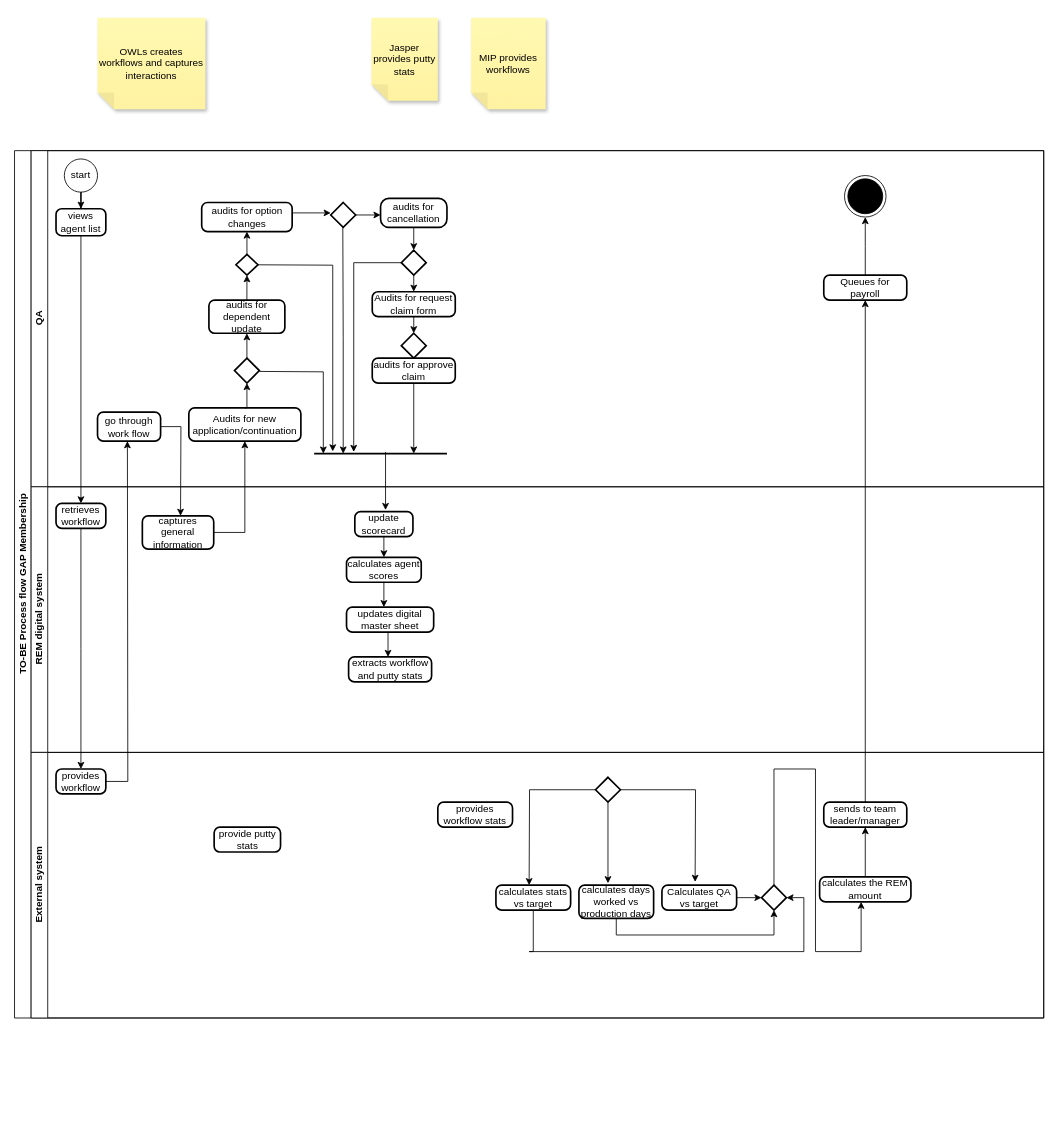
Earlier version of the draw.io diagram GAPmembership.drawio (TJ-Kwetsane1993/Thato). Source tidied: cells renumbered, new cells numbered last; positions are measured from the earlier drawing's top-left corner, leaving out a move shared by most shapes. Both pictures are drawn from the tidied source at 83%, with x=0, y=0 at pixel (14, 17).
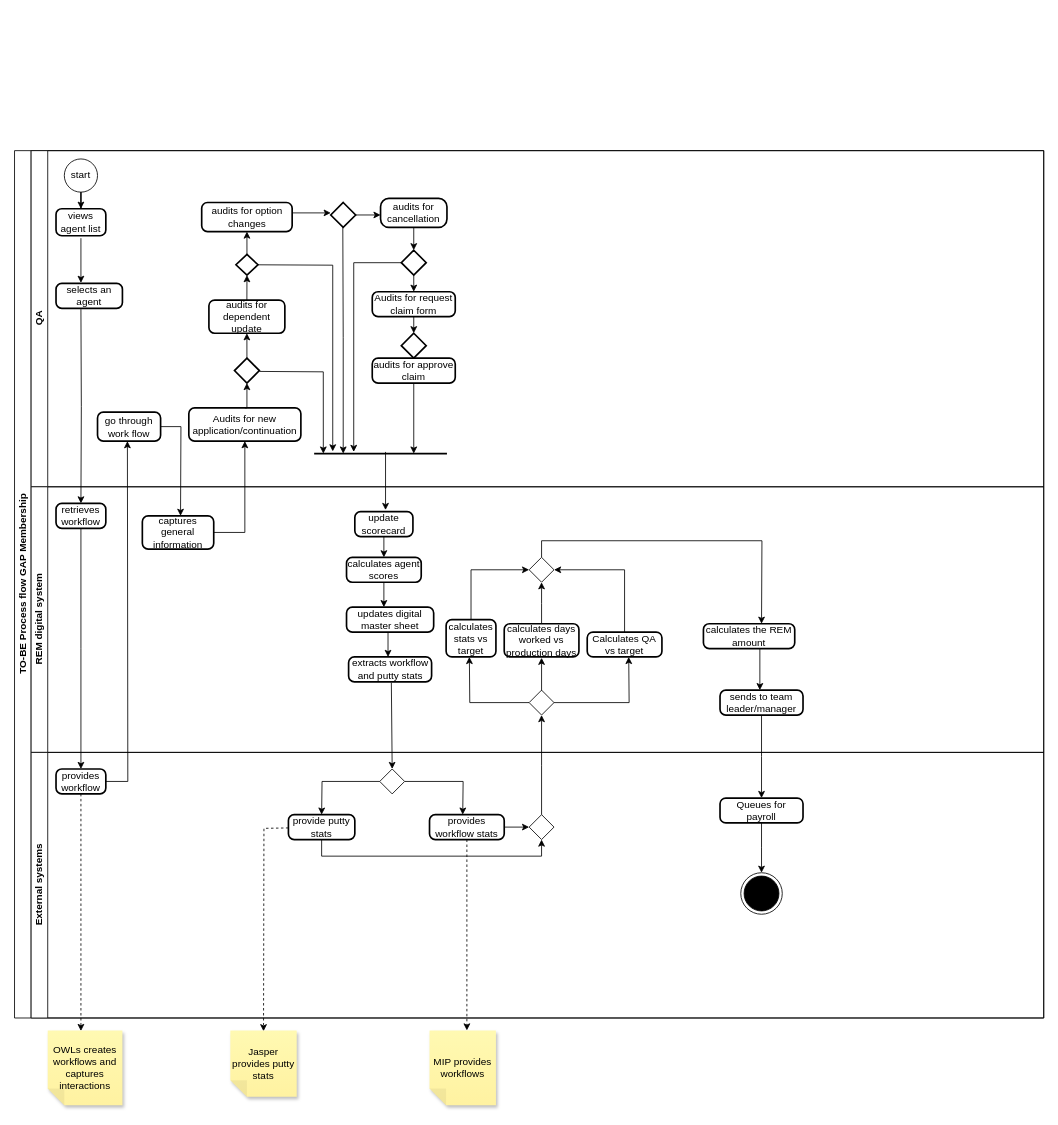
The same diagram, later.

The change refers to these unchanged cells:
```xml
<mxCell id="2" value="TO-BE Process flow GAP Membership" style="swimlane;html=1;horizontal=0;startSize=20;" parent="1" vertex="1">
  <mxGeometry y="160" width="1240" height="1045" as="geometry" />
</mxCell>
<mxCell id="3" value="QA" style="swimlane;html=1;startSize=20;horizontal=0;" parent="2" vertex="1">
  <mxGeometry x="20" width="1220" height="405" as="geometry" />
</mxCell>
<mxCell id="10" value="views agent list" style="rounded=1;whiteSpace=wrap;html=1;absoluteArcSize=1;arcSize=14;strokeWidth=2;" parent="3" vertex="1">
  <mxGeometry x="30" y="70" width="60" height="32.5" as="geometry" />
</mxCell>
<mxCell id="40" value="REM digital system" style="swimlane;html=1;startSize=20;horizontal=0;" parent="2" vertex="1">
  <mxGeometry x="20" y="405" width="1220" height="320" as="geometry" />
</mxCell>
<mxCell id="42" value="retrieves workflow" style="rounded=1;whiteSpace=wrap;html=1;absoluteArcSize=1;arcSize=14;strokeWidth=2;" parent="40" vertex="1">
  <mxGeometry x="30" y="20" width="60" height="30" as="geometry" />
</mxCell>
<mxCell id="67" value="provides workflow" style="rounded=1;whiteSpace=wrap;html=1;absoluteArcSize=1;arcSize=14;strokeWidth=2;" parent="51" vertex="1">
  <mxGeometry x="30" y="20" width="60" height="30" as="geometry" />
</mxCell>
```

The edit, as a diff of the source:
```diff
@@
-    <mxCell id="6" style="edgeStyle=orthogonalEdgeStyle;rounded=0;jettySize=auto;html=1;exitX=0.5;exitY=0;exitDx=0;exitDy=0;" parent="3" edge="1" source="7">
-      <mxGeometry relative="1" as="geometry">
-        <mxPoint x="1005" y="80" as="targetPoint" />
-      </mxGeometry>
-    </mxCell>
-    <mxCell id="7" value="Queues for payroll" style="rounded=1;whiteSpace=wrap;html=1;absoluteArcSize=1;arcSize=14;strokeWidth=2;" parent="3" vertex="1">
-      <mxGeometry x="955" y="150" width="100" height="30" as="geometry" />
-    </mxCell>
-    <mxCell id="8" style="ellipse;html=1;shape=endState;fillColor=strokeColor;" parent="3" vertex="1">
-      <mxGeometry x="980" y="30" width="50" height="50" as="geometry" />
-    </mxCell>
@@
+    <mxCell id="77" value="selects an agent" style="rounded=1;whiteSpace=wrap;html=1;absoluteArcSize=1;arcSize=14;strokeWidth=2;" parent="3" vertex="1">
+      <mxGeometry x="30" y="160" width="80" height="30" as="geometry" />
+    </mxCell>
+    <mxCell id="78" style="edgeStyle=orthogonalEdgeStyle;rounded=0;orthogonalLoop=1;jettySize=auto;html=1;exitX=0.5;exitY=1;exitDx=0;exitDy=0;entryX=0.375;entryY=-0.122;entryDx=0;entryDy=0;entryPerimeter=0;" parent="3" edge="1">
+      <mxGeometry relative="1" as="geometry">
+        <mxPoint x="60" y="105.5" as="sourcePoint" />
+        <mxPoint x="60" y="159.3" as="targetPoint" />
+        <Array as="points">
+          <mxPoint x="60" y="153" />
+          <mxPoint x="60" y="153" />
+        </Array>
+      </mxGeometry>
+    </mxCell>
@@
+    <mxCell id="79" style="edgeStyle=orthogonalEdgeStyle;rounded=0;jettySize=auto;html=1;exitX=0.5;exitY=0;exitDx=0;exitDy=0;entryX=1;entryY=0.5;entryDx=0;entryDy=0;" parent="40" edge="1" source="59" target="86">
+      <mxGeometry relative="1" as="geometry" />
+    </mxCell>
+    <mxCell id="59" value="Calculates QA vs target" style="rounded=1;whiteSpace=wrap;html=1;absoluteArcSize=1;arcSize=14;strokeWidth=2;" parent="40" vertex="1">
+      <mxGeometry x="670" y="175" width="90" height="30" as="geometry" />
+    </mxCell>
+    <mxCell id="80" style="edgeStyle=orthogonalEdgeStyle;rounded=0;jettySize=auto;html=1;exitX=0.5;exitY=0;exitDx=0;exitDy=0;" parent="40" edge="1" source="57">
+      <mxGeometry relative="1" as="geometry">
+        <mxPoint x="615" y="115" as="targetPoint" />
+      </mxGeometry>
+    </mxCell>
+    <mxCell id="57" value="calculates days worked vs production days" style="rounded=1;whiteSpace=wrap;html=1;absoluteArcSize=1;arcSize=14;strokeWidth=2;" parent="40" vertex="1">
+      <mxGeometry x="570" y="165" width="90" height="40" as="geometry" />
+    </mxCell>
+    <mxCell id="81" style="edgeStyle=orthogonalEdgeStyle;rounded=0;jettySize=auto;html=1;exitX=0;exitY=0.5;exitDx=0;exitDy=0;" parent="40" edge="1" source="84">
+      <mxGeometry relative="1" as="geometry">
+        <mxPoint x="528" y="205" as="targetPoint" />
+      </mxGeometry>
+    </mxCell>
+    <mxCell id="56" value="calculates stats vs target" style="rounded=1;whiteSpace=wrap;html=1;absoluteArcSize=1;arcSize=14;strokeWidth=2;" parent="81" vertex="1">
+      <mxGeometry x="500" y="160" width="60" height="45" as="geometry" />
+    </mxCell>
+    <mxCell id="82" style="edgeStyle=orthogonalEdgeStyle;rounded=0;orthogonalLoop=1;jettySize=auto;html=1;exitX=0.5;exitY=0;exitDx=0;exitDy=0;" parent="40" edge="1">
+      <mxGeometry relative="1" as="geometry">
+        <mxPoint x="615" y="256" as="sourcePoint" />
+        <mxPoint x="615" y="206" as="targetPoint" />
+      </mxGeometry>
+    </mxCell>
+    <mxCell id="83" style="edgeStyle=orthogonalEdgeStyle;rounded=0;jettySize=auto;html=1;exitX=1;exitY=0.5;exitDx=0;exitDy=0;" parent="40" edge="1" source="84">
+      <mxGeometry relative="1" as="geometry">
+        <mxPoint x="720" y="205" as="targetPoint" />
+      </mxGeometry>
+    </mxCell>
+    <mxCell id="84" style="rhombus;whiteSpace=wrap;html=1;" parent="40" vertex="1">
+      <mxGeometry x="600" y="245" width="30" height="30" as="geometry" />
+    </mxCell>
+    <mxCell id="85" style="edgeStyle=orthogonalEdgeStyle;rounded=0;jettySize=auto;html=1;exitX=0.5;exitY=0;exitDx=0;exitDy=0;" parent="40" edge="1" source="86">
+      <mxGeometry relative="1" as="geometry">
+        <mxPoint x="880" y="165" as="targetPoint" />
+      </mxGeometry>
+    </mxCell>
+    <mxCell id="86" style="rhombus;whiteSpace=wrap;html=1;" parent="40" vertex="1">
+      <mxGeometry x="600" y="85" width="30" height="30" as="geometry" />
+    </mxCell>
+    <mxCell id="87" style="edgeStyle=orthogonalEdgeStyle;rounded=0;jettySize=auto;html=1;exitX=0.5;exitY=0;exitDx=0;exitDy=0;entryX=0;entryY=0.5;entryDx=0;entryDy=0;" parent="40" edge="1" source="56" target="86">
+      <mxGeometry relative="1" as="geometry" />
+    </mxCell>
+    <mxCell id="88" style="edgeStyle=orthogonalEdgeStyle;rounded=0;orthogonalLoop=1;jettySize=auto;html=1;exitX=0.5;exitY=1;exitDx=0;exitDy=0;" parent="40" edge="1">
+      <mxGeometry relative="1" as="geometry">
+        <mxPoint x="878" y="195" as="sourcePoint" />
+        <mxPoint x="878" y="245" as="targetPoint" />
+      </mxGeometry>
+    </mxCell>
+    <mxCell id="63" value="calculates the REM amount" style="rounded=1;whiteSpace=wrap;html=1;absoluteArcSize=1;arcSize=14;strokeWidth=2;" parent="40" vertex="1">
+      <mxGeometry x="810" y="165" width="110" height="30" as="geometry" />
+    </mxCell>
+    <mxCell id="89" style="edgeStyle=orthogonalEdgeStyle;rounded=0;jettySize=auto;html=1;exitX=0.5;exitY=1;exitDx=0;exitDy=0;" parent="40" edge="1" source="65">
+      <mxGeometry relative="1" as="geometry">
+        <mxPoint x="880" y="375" as="targetPoint" />
+      </mxGeometry>
+    </mxCell>
+    <mxCell id="65" value="sends to team leader/manager" style="rounded=1;whiteSpace=wrap;html=1;absoluteArcSize=1;arcSize=14;strokeWidth=2;" parent="40" vertex="1">
+      <mxGeometry x="830" y="245" width="100" height="30" as="geometry" />
+    </mxCell>
-    <mxCell id="51" value="External system" style="swimlane;html=1;startSize=20;horizontal=0;" parent="2" vertex="1">
+    <mxCell id="51" value="External systems" style="swimlane;html=1;startSize=20;horizontal=0;" parent="2" vertex="1">
       <mxGeometry x="20" y="725" width="1220" height="320" as="geometry" />
     </mxCell>
-    <mxCell id="52" style="edgeStyle=orthogonalEdgeStyle;rounded=0;jettySize=auto;html=1;exitX=1;exitY=0.5;exitDx=0;exitDy=0;exitPerimeter=0;" parent="51" edge="1" source="54">
-      <mxGeometry relative="1" as="geometry">
-        <mxPoint x="800" y="156" as="targetPoint" />
-      </mxGeometry>
-    </mxCell>
-    <mxCell id="53" style="edgeStyle=orthogonalEdgeStyle;rounded=0;jettySize=auto;html=1;exitX=0;exitY=0.5;exitDx=0;exitDy=0;exitPerimeter=0;" parent="51" edge="1" source="54">
-      <mxGeometry relative="1" as="geometry">
-        <mxPoint x="600" y="160" as="targetPoint" />
-      </mxGeometry>
-    </mxCell>
-    <mxCell id="54" style="strokeWidth=2;html=1;shape=mxgraph.flowchart.decision;whiteSpace=wrap;" parent="51" vertex="1">
-      <mxGeometry x="680" y="30" width="30" height="30" as="geometry" />
-    </mxCell>
-    <mxCell id="55" style="edgeStyle=orthogonalEdgeStyle;rounded=0;jettySize=auto;html=1;exitX=0.5;exitY=1;exitDx=0;exitDy=0;entryX=1;entryY=0.5;entryDx=0;entryDy=0;entryPerimeter=0;" parent="51" edge="1" source="56" target="60">
-      <mxGeometry relative="1" as="geometry">
-        <Array as="points">
-          <mxPoint x="600" y="240" />
-          <mxPoint x="931" y="240" />
-          <mxPoint x="931" y="55" />
-        </Array>
-      </mxGeometry>
-    </mxCell>
-    <mxCell id="56" value="calculates stats vs target" style="rounded=1;whiteSpace=wrap;html=1;absoluteArcSize=1;arcSize=14;strokeWidth=2;" parent="51" vertex="1">
-      <mxGeometry x="560" y="160" width="90" height="30" as="geometry" />
-    </mxCell>
-    <mxCell id="57" value="calculates days worked vs production days" style="rounded=1;whiteSpace=wrap;html=1;absoluteArcSize=1;arcSize=14;strokeWidth=2;" parent="51" vertex="1">
-      <mxGeometry x="660" y="160" width="90" height="40" as="geometry" />
-    </mxCell>
-    <mxCell id="58" style="edgeStyle=orthogonalEdgeStyle;rounded=0;jettySize=auto;html=1;exitX=0.5;exitY=1;exitDx=0;exitDy=0;exitPerimeter=0;entryX=0.389;entryY=-0.058;entryDx=0;entryDy=0;entryPerimeter=0;" parent="51" edge="1" source="54" target="57">
-      <mxGeometry relative="1" as="geometry" />
-    </mxCell>
-    <mxCell id="59" value="Calculates QA vs target" style="rounded=1;whiteSpace=wrap;html=1;absoluteArcSize=1;arcSize=14;strokeWidth=2;" parent="51" vertex="1">
-      <mxGeometry x="760" y="160" width="90" height="30" as="geometry" />
-    </mxCell>
-    <mxCell id="60" style="strokeWidth=2;html=1;shape=mxgraph.flowchart.decision;whiteSpace=wrap;" parent="51" vertex="1">
-      <mxGeometry x="880" y="160" width="30" height="30" as="geometry" />
-    </mxCell>
-    <mxCell id="61" style="edgeStyle=orthogonalEdgeStyle;rounded=0;jettySize=auto;html=1;exitX=0.5;exitY=1;exitDx=0;exitDy=0;entryX=0.5;entryY=1;entryDx=0;entryDy=0;entryPerimeter=0;" parent="51" edge="1" source="57" target="60">
-      <mxGeometry relative="1" as="geometry" />
-    </mxCell>
-    <mxCell id="62" style="edgeStyle=orthogonalEdgeStyle;rounded=0;jettySize=auto;html=1;exitX=1;exitY=0.5;exitDx=0;exitDy=0;entryX=0;entryY=0.5;entryDx=0;entryDy=0;entryPerimeter=0;" parent="51" edge="1" source="59" target="60">
-      <mxGeometry relative="1" as="geometry" />
-    </mxCell>
-    <mxCell id="63" value="calculates the REM amount" style="rounded=1;whiteSpace=wrap;html=1;absoluteArcSize=1;arcSize=14;strokeWidth=2;" parent="51" vertex="1">
-      <mxGeometry x="950" y="150" width="110" height="30" as="geometry" />
-    </mxCell>
-    <mxCell id="64" style="edgeStyle=orthogonalEdgeStyle;rounded=0;jettySize=auto;html=1;exitX=0.5;exitY=0;exitDx=0;exitDy=0;exitPerimeter=0;" parent="51" edge="1" source="60" target="63">
-      <mxGeometry relative="1" as="geometry">
-        <Array as="points">
-          <mxPoint x="895" y="20" />
-          <mxPoint x="945" y="20" />
-          <mxPoint x="945" y="240" />
-          <mxPoint x="1000" y="240" />
-        </Array>
-      </mxGeometry>
-    </mxCell>
-    <mxCell id="65" value="sends to team leader/manager" style="rounded=1;whiteSpace=wrap;html=1;absoluteArcSize=1;arcSize=14;strokeWidth=2;" parent="51" vertex="1">
-      <mxGeometry x="955" y="60" width="100" height="30" as="geometry" />
-    </mxCell>
-    <mxCell id="66" style="edgeStyle=orthogonalEdgeStyle;rounded=0;jettySize=auto;html=1;exitX=0.5;exitY=0;exitDx=0;exitDy=0;" parent="51" edge="1" source="63" target="65">
-      <mxGeometry relative="1" as="geometry" />
-    </mxCell>
+    <mxCell id="90" style="edgeStyle=orthogonalEdgeStyle;rounded=0;jettySize=auto;html=1;exitX=0.5;exitY=1;exitDx=0;exitDy=0;dashed=1;" parent="51" edge="1" source="67">
+      <mxGeometry relative="1" as="geometry">
+        <mxPoint x="60" y="335.7" as="targetPoint" />
+      </mxGeometry>
+    </mxCell>
@@
+    <mxCell id="91" style="edgeStyle=orthogonalEdgeStyle;rounded=0;jettySize=auto;html=1;exitX=1;exitY=0.5;exitDx=0;exitDy=0;" parent="51" edge="1" source="68">
+      <mxGeometry relative="1" as="geometry">
+        <mxPoint x="600" y="90" as="targetPoint" />
+      </mxGeometry>
+    </mxCell>
+    <mxCell id="92" style="edgeStyle=orthogonalEdgeStyle;rounded=0;jettySize=auto;html=1;exitX=0.5;exitY=1;exitDx=0;exitDy=0;dashed=1;" parent="51" edge="1" source="68">
+      <mxGeometry relative="1" as="geometry">
+        <mxPoint x="525" y="335" as="targetPoint" />
+      </mxGeometry>
+    </mxCell>
     <mxCell id="68" value="provides workflow stats" style="rounded=1;whiteSpace=wrap;html=1;absoluteArcSize=1;arcSize=14;strokeWidth=2;" parent="51" vertex="1">
-      <mxGeometry x="490" y="60" width="90" height="30" as="geometry" />
+      <mxGeometry x="480" y="75" width="90" height="30" as="geometry" />
     </mxCell>
+    <mxCell id="93" style="edgeStyle=orthogonalEdgeStyle;rounded=0;jettySize=auto;html=1;exitX=0.5;exitY=1;exitDx=0;exitDy=0;entryX=0.5;entryY=1;entryDx=0;entryDy=0;" parent="51" edge="1" source="69" target="100">
+      <mxGeometry relative="1" as="geometry" />
+    </mxCell>
+    <mxCell id="94" style="edgeStyle=orthogonalEdgeStyle;rounded=0;orthogonalLoop=1;jettySize=auto;html=1;exitX=0;exitY=0.5;exitDx=0;exitDy=0;dashed=1;" parent="51" edge="1">
+      <mxGeometry relative="1" as="geometry">
+        <mxPoint x="310" y="91" as="sourcePoint" />
+        <mxPoint x="280" y="336" as="targetPoint" />
+      </mxGeometry>
+    </mxCell>
     <mxCell id="69" value="provide putty stats" style="rounded=1;whiteSpace=wrap;html=1;absoluteArcSize=1;arcSize=14;strokeWidth=2;" parent="51" vertex="1">
-      <mxGeometry x="220.5" y="90" width="80" height="30" as="geometry" />
+      <mxGeometry x="310" y="75" width="80" height="30" as="geometry" />
     </mxCell>
-    <mxCell id="70" style="edgeStyle=orthogonalEdgeStyle;rounded=0;jettySize=auto;html=1;exitX=0.5;exitY=0;exitDx=0;exitDy=0;" parent="2" edge="1" source="65" target="7">
-      <mxGeometry relative="1" as="geometry" />
-    </mxCell>
+    <mxCell id="95" style="endArrow=classic;html=1;rounded=0;entryX=0.5;entryY=0;entryDx=0;entryDy=0;" parent="51" edge="1" target="98">
+      <mxGeometry relative="1" as="geometry">
+        <mxPoint x="434" y="-84" as="sourcePoint" />
+      </mxGeometry>
+    </mxCell>
+    <mxCell id="96" style="edgeStyle=orthogonalEdgeStyle;rounded=0;jettySize=auto;html=1;exitX=0;exitY=0.5;exitDx=0;exitDy=0;" parent="51" edge="1" source="98">
+      <mxGeometry relative="1" as="geometry">
+        <mxPoint x="350" y="75" as="targetPoint" />
+      </mxGeometry>
+    </mxCell>
+    <mxCell id="97" style="edgeStyle=orthogonalEdgeStyle;rounded=0;jettySize=auto;html=1;exitX=1;exitY=0.5;exitDx=0;exitDy=0;" parent="51" edge="1" source="98">
+      <mxGeometry relative="1" as="geometry">
+        <mxPoint x="520" y="75" as="targetPoint" />
+      </mxGeometry>
+    </mxCell>
+    <mxCell id="98" style="rhombus;whiteSpace=wrap;html=1;" parent="51" vertex="1">
+      <mxGeometry x="420" y="20" width="30" height="30" as="geometry" />
+    </mxCell>
+    <mxCell id="99" style="edgeStyle=orthogonalEdgeStyle;rounded=0;jettySize=auto;html=1;exitX=0.5;exitY=0;exitDx=0;exitDy=0;" parent="51" edge="1" source="100">
+      <mxGeometry relative="1" as="geometry">
+        <mxPoint x="615" y="-45" as="targetPoint" />
+      </mxGeometry>
+    </mxCell>
+    <mxCell id="100" style="rhombus;whiteSpace=wrap;html=1;" parent="51" vertex="1">
+      <mxGeometry x="600" y="75" width="30" height="30" as="geometry" />
+    </mxCell>
+    <mxCell id="101" style="edgeStyle=orthogonalEdgeStyle;rounded=0;jettySize=auto;html=1;exitX=0.5;exitY=1;exitDx=0;exitDy=0;" parent="51" edge="1" source="7">
+      <mxGeometry relative="1" as="geometry">
+        <mxPoint x="880" y="145" as="targetPoint" />
+      </mxGeometry>
+    </mxCell>
+    <mxCell id="7" value="Queues for payroll" style="rounded=1;whiteSpace=wrap;html=1;absoluteArcSize=1;arcSize=14;strokeWidth=2;" parent="51" vertex="1">
+      <mxGeometry x="830" y="55" width="100" height="30" as="geometry" />
+    </mxCell>
+    <mxCell id="8" style="ellipse;html=1;shape=endState;fillColor=strokeColor;" parent="51" vertex="1">
+      <mxGeometry x="855" y="145" width="50" height="50" as="geometry" />
+    </mxCell>
-    <mxCell id="71" style="edgeStyle=orthogonalEdgeStyle;rounded=0;jettySize=auto;html=1;exitX=0.5;exitY=1;exitDx=0;exitDy=0;entryX=0.5;entryY=0;entryDx=0;entryDy=0;" parent="2" edge="1" source="10" target="42">
-      <mxGeometry relative="1" as="geometry" />
+    <mxCell id="71" style="edgeStyle=orthogonalEdgeStyle;rounded=0;jettySize=auto;html=1;entryX=0.5;entryY=0;entryDx=0;entryDy=0;" parent="2" edge="1" target="42">
+      <mxGeometry relative="1" as="geometry">
+        <mxPoint x="80" y="191" as="sourcePoint" />
+      </mxGeometry>
     </mxCell>
@@
     <mxCell id="74" value="OWLs creates workflows and captures interactions" style="shape=note;whiteSpace=wrap;html=1;backgroundOutline=1;fontColor=#000000;darkOpacity=0.05;fillColor=#FFF9B2;strokeColor=none;fillStyle=solid;direction=west;gradientDirection=north;gradientColor=#FFF2A1;shadow=1;size=20;" parent="1" vertex="1">
-      <mxGeometry x="100" width="130" height="110" as="geometry" />
+      <mxGeometry x="40" y="1220" width="90" height="90" as="geometry" />
     </mxCell>
     <mxCell id="75" value="Jasper provides putty stats" style="shape=note;whiteSpace=wrap;html=1;backgroundOutline=1;fontColor=#000000;darkOpacity=0.05;fillColor=#FFF9B2;strokeColor=none;fillStyle=solid;direction=west;gradientDirection=north;gradientColor=#FFF2A1;shadow=1;size=20;" parent="1" vertex="1">
-      <mxGeometry x="430" width="80" height="100" as="geometry" />
+      <mxGeometry x="260" y="1220" width="80" height="80" as="geometry" />
     </mxCell>
     <mxCell id="76" value="MIP provides workflows" style="shape=note;whiteSpace=wrap;html=1;backgroundOutline=1;fontColor=#000000;darkOpacity=0.05;fillColor=#FFF9B2;strokeColor=none;fillStyle=solid;direction=west;gradientDirection=north;gradientColor=#FFF2A1;shadow=1;size=20;" parent="1" vertex="1">
-      <mxGeometry x="550" width="90" height="110" as="geometry" />
+      <mxGeometry x="500" y="1220" width="80" height="90" as="geometry" />
     </mxCell>
```
